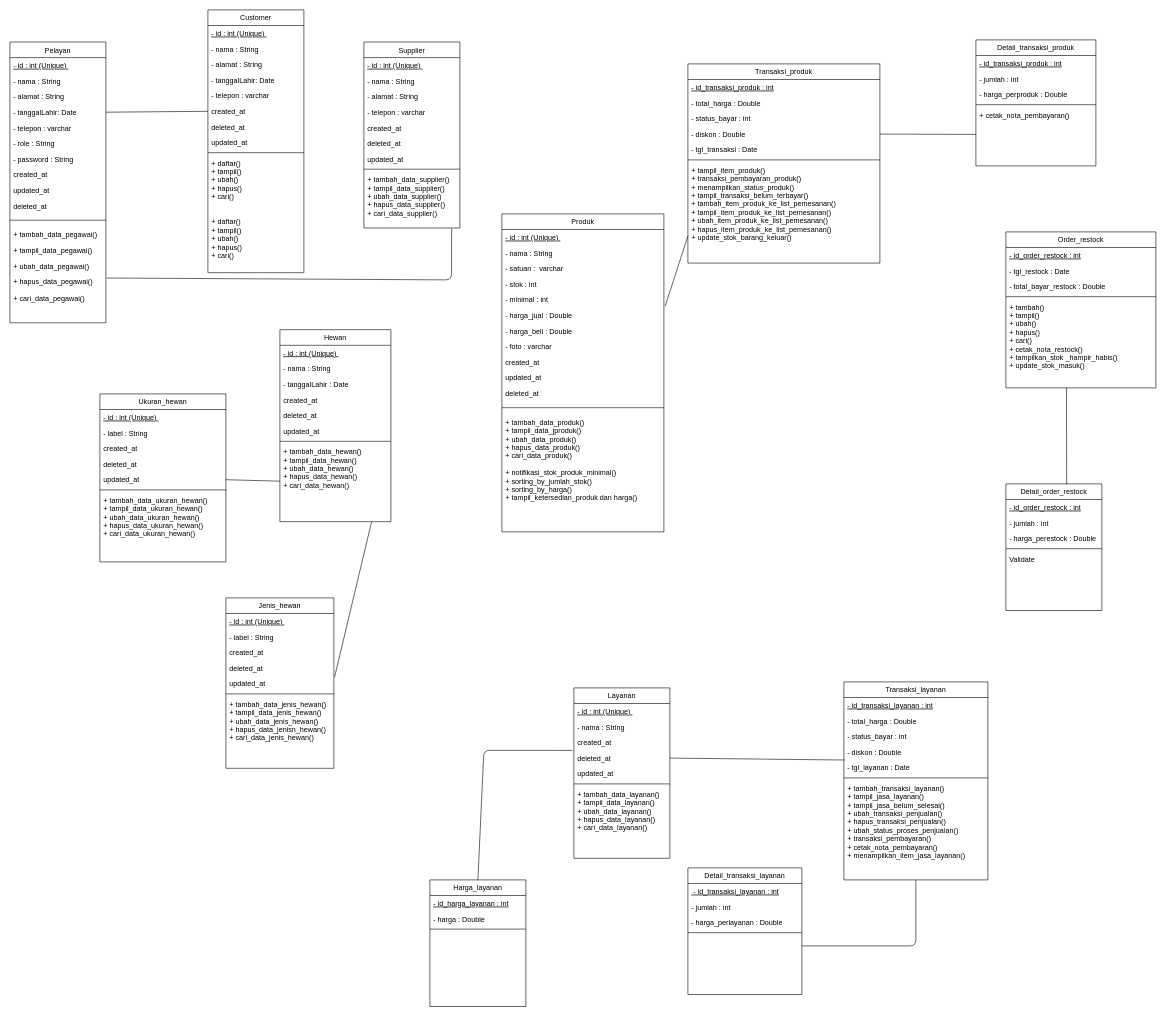
The draw.io diagram class diagram p3l.drawio in agambewe/classDP3L, before the edit. Source tidied: cells renumbered, new cells numbered last; positions are measured from the earlier drawing's top-left corner, leaving out a move shared by most shapes. Both pictures are drawn from the tidied source at 60%, with x=0, y=0 at pixel (10, 10).
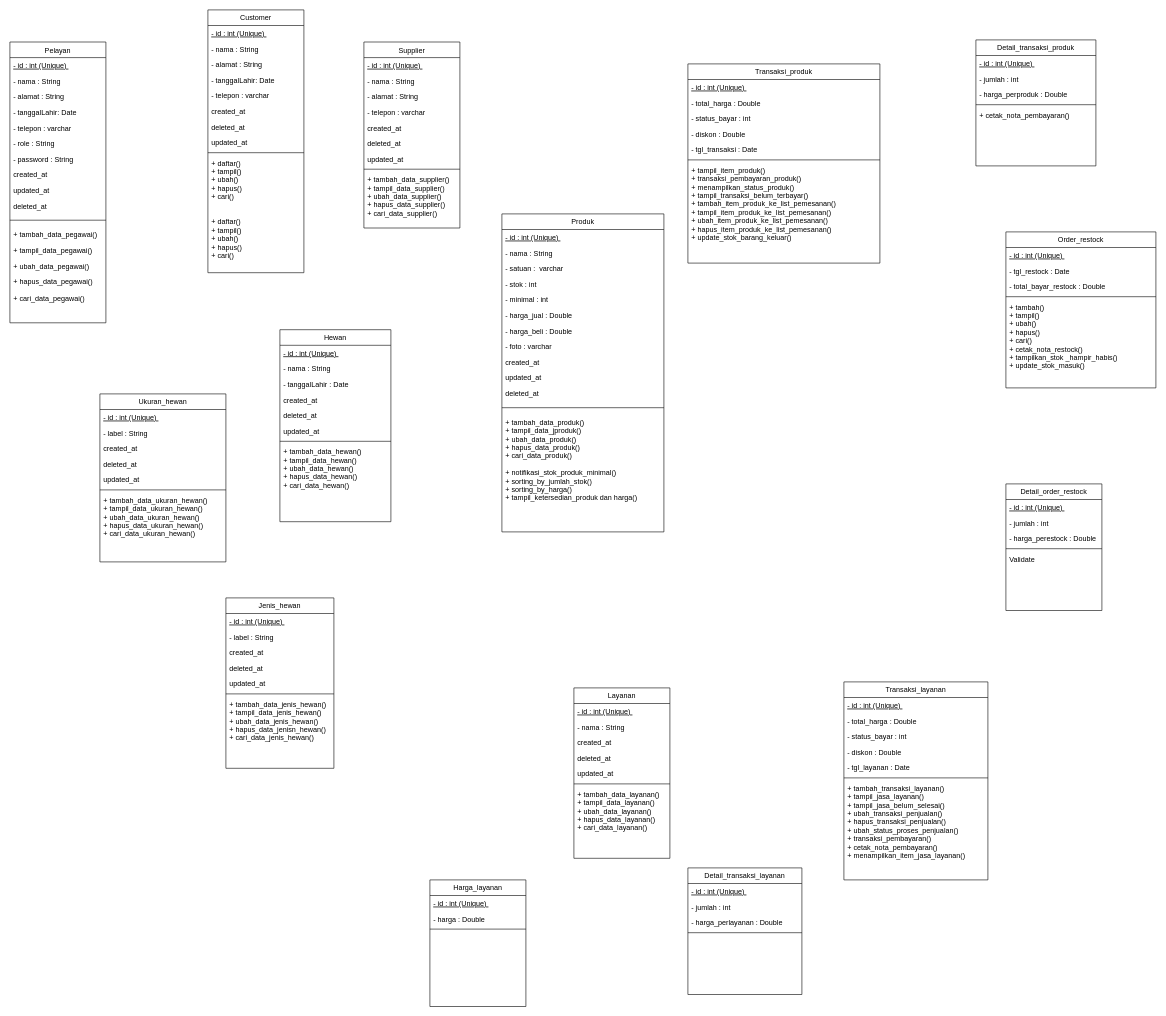
The same page after the edit.

The change refers to these unchanged cells:
```xml
<mxCell id="6" value="- tanggalLahir: Date" style="text;align=left;verticalAlign=top;spacingLeft=4;spacingRight=4;overflow=hidden;points=[[0,0.5],[1,0.5]];portConstraint=eastwest;rounded=0;shadow=0;html=0;" parent="2" vertex="1">
  <mxGeometry y="104" width="160" height="26" as="geometry" />
</mxCell>
<mxCell id="17" value="+ hapus_data_pegawai()&#10;&#10;+ cari_data_pegawai()&#10;&#10;" style="text;align=left;verticalAlign=top;spacingLeft=4;spacingRight=4;overflow=hidden;points=[[0,0.5],[1,0.5]];portConstraint=eastwest;" parent="2" vertex="1">
  <mxGeometry y="386" width="160" height="64" as="geometry" />
</mxCell>
<mxCell id="24" value="created_at" style="text;align=left;verticalAlign=top;spacingLeft=4;spacingRight=4;overflow=hidden;points=[[0,0.5],[1,0.5]];portConstraint=eastwest;rounded=0;shadow=0;html=0;" parent="18" vertex="1">
  <mxGeometry y="156" width="160" height="26" as="geometry" />
</mxCell>
<mxCell id="39" value="+ tambah_data_supplier()&#10;+ tampil_data_supplier()&#10;+ ubah_data_supplier()&#10;+ hapus_data_supplier()&#10;+ cari_data_supplier()" style="text;align=left;verticalAlign=top;spacingLeft=4;spacingRight=4;overflow=hidden;points=[[0,0.5],[1,0.5]];portConstraint=eastwest;" parent="30" vertex="1">
  <mxGeometry y="216" width="160" height="94" as="geometry" />
</mxCell>
<mxCell id="40" value="Transaksi_layanan" style="swimlane;fontStyle=0;align=center;verticalAlign=top;horizontal=1;startSize=26;rounded=0;shadow=0;strokeWidth=1;" parent="1" vertex="1">
  <mxGeometry x="1390" y="1120" width="240" height="330" as="geometry" />
</mxCell>
<mxCell id="45" value="- tgl_layanan : Date" style="text;align=left;verticalAlign=top;spacingLeft=4;spacingRight=4;overflow=hidden;points=[[0,0.5],[1,0.5]];portConstraint=eastwest;rounded=0;shadow=0;html=0;" parent="40" vertex="1">
  <mxGeometry y="130" width="240" height="26" as="geometry" />
</mxCell>
<mxCell id="48" value="Detail_transaksi_produk" style="swimlane;fontStyle=0;align=center;verticalAlign=top;horizontal=1;startSize=26;rounded=0;shadow=0;strokeWidth=1;" parent="1" vertex="1">
  <mxGeometry x="1610" y="50" width="200" height="210" as="geometry" />
</mxCell>
<mxCell id="54" value="Order_restock" style="swimlane;fontStyle=0;align=center;verticalAlign=top;horizontal=1;startSize=26;rounded=0;shadow=0;strokeWidth=1;" parent="1" vertex="1">
  <mxGeometry x="1660" y="370" width="250" height="260" as="geometry" />
</mxCell>
<mxCell id="59" value="+ tambah()&#10;+ tampil()&#10;+ ubah()&#10;+ hapus()&#10;+ cari()&#10;+ cetak_nota_restock()&#10;+ tampilkan_stok _hampir_habis()&#10;+ update_stok_masuk()&#10;" style="text;align=left;verticalAlign=top;spacingLeft=4;spacingRight=4;overflow=hidden;points=[[0,0.5],[1,0.5]];portConstraint=eastwest;" parent="54" vertex="1">
  <mxGeometry y="112" width="250" height="138" as="geometry" />
</mxCell>
<mxCell id="60" value="Detail_order_restock" style="swimlane;fontStyle=0;align=center;verticalAlign=top;horizontal=1;startSize=26;rounded=0;shadow=0;strokeWidth=1;" parent="1" vertex="1">
  <mxGeometry x="1660" y="790" width="160" height="211" as="geometry" />
</mxCell>
<mxCell id="71" value="- minimal : int" style="text;align=left;verticalAlign=top;spacingLeft=4;spacingRight=4;overflow=hidden;points=[[0,0.5],[1,0.5]];portConstraint=eastwest;rounded=0;shadow=0;html=0;" parent="66" vertex="1">
  <mxGeometry y="130" width="270" height="26" as="geometry" />
</mxCell>
<mxCell id="85" value="updated_at" style="text;align=left;verticalAlign=top;spacingLeft=4;spacingRight=4;overflow=hidden;points=[[0,0.5],[1,0.5]];portConstraint=eastwest;rounded=0;shadow=0;html=0;" parent="80" vertex="1">
  <mxGeometry y="130" width="180" height="26" as="geometry" />
</mxCell>
<mxCell id="96" value="+ tambah_data_hewan()&#10;+ tampil_data_hewan()&#10;+ ubah_data_hewan()&#10;+ hapus_data_hewan()&#10;+ cari_data_hewan()" style="text;align=left;verticalAlign=top;spacingLeft=4;spacingRight=4;overflow=hidden;points=[[0,0.5],[1,0.5]];portConstraint=eastwest;" parent="88" vertex="1">
  <mxGeometry y="190" width="185" height="130" as="geometry" />
</mxCell>
<mxCell id="102" value="updated_at" style="text;align=left;verticalAlign=top;spacingLeft=4;spacingRight=4;overflow=hidden;points=[[0,0.5],[1,0.5]];portConstraint=eastwest;rounded=0;shadow=0;html=0;" parent="97" vertex="1">
  <mxGeometry y="130" width="210" height="26" as="geometry" />
</mxCell>
<mxCell id="109" value="deleted_at" style="text;align=left;verticalAlign=top;spacingLeft=4;spacingRight=4;overflow=hidden;points=[[0,0.5],[1,0.5]];portConstraint=eastwest;rounded=0;shadow=0;html=0;" parent="105" vertex="1">
  <mxGeometry y="104" width="160" height="26" as="geometry" />
</mxCell>
<mxCell id="113" value="Harga_layanan" style="swimlane;fontStyle=0;align=center;verticalAlign=top;horizontal=1;startSize=26;rounded=0;shadow=0;strokeWidth=1;" parent="1" vertex="1">
  <mxGeometry x="700" y="1450" width="160" height="211" as="geometry" />
</mxCell>
<mxCell id="117" value="Detail_transaksi_layanan" style="swimlane;fontStyle=0;align=center;verticalAlign=top;horizontal=1;startSize=26;rounded=0;shadow=0;strokeWidth=1;" parent="1" vertex="1">
  <mxGeometry x="1130" y="1430" width="190" height="211" as="geometry" />
</mxCell>
<mxCell id="122" value="Transaksi_produk" style="swimlane;fontStyle=0;align=center;verticalAlign=top;horizontal=1;startSize=26;rounded=0;shadow=0;strokeWidth=1;" parent="1" vertex="1">
  <mxGeometry x="1130" y="90" width="320" height="332" as="geometry" />
</mxCell>
<mxCell id="126" value="- diskon : Double" style="text;align=left;verticalAlign=top;spacingLeft=4;spacingRight=4;overflow=hidden;points=[[0,0.5],[1,0.5]];portConstraint=eastwest;rounded=0;shadow=0;html=0;" parent="122" vertex="1">
  <mxGeometry y="104" width="320" height="26" as="geometry" />
</mxCell>
<mxCell id="129" value="+ tampil_item_produk()&#10;+ transaksi_pembayaran_produk()&#10;+ menampilkan_status_produk()&#10;+ tampil_transaksi_belum_terbayar()&#10;+ tambah_item_produk_ke_list_pemesanan()&#10;+ tampil_item_produk_ke_list_pemesanan()&#10;+ ubah_item_produk_ke_list_pemesanan()&#10;+ hapus_item_produk_ke_list_pemesanan()&#10;+ update_stok_barang_keluar()&#10;" style="text;align=left;verticalAlign=top;spacingLeft=4;spacingRight=4;overflow=hidden;points=[[0,0.5],[1,0.5]];portConstraint=eastwest;" parent="122" vertex="1">
  <mxGeometry y="164" width="320" height="146" as="geometry" />
</mxCell>
```

Diff of the diagram source:
```diff
@@
-    <mxCell id="41" value="- id_transaksi_layanan : int" style="text;align=left;verticalAlign=top;spacingLeft=4;spacingRight=4;overflow=hidden;fontStyle=4;" parent="40" vertex="1">
+    <mxCell id="41" value="- id : int (Unique) " style="text;align=left;verticalAlign=top;spacingLeft=4;spacingRight=4;overflow=hidden;fontStyle=4;" parent="40" vertex="1">
       <mxGeometry y="26" width="240" height="26" as="geometry" />
     </mxCell>
@@
-    <mxCell id="49" value="- id_transaksi_produk : int" style="text;align=left;verticalAlign=top;spacingLeft=4;spacingRight=4;overflow=hidden;fontStyle=4;" parent="48" vertex="1">
+    <mxCell id="49" value="- id : int (Unique) " style="text;align=left;verticalAlign=top;spacingLeft=4;spacingRight=4;overflow=hidden;fontStyle=4;" parent="48" vertex="1">
       <mxGeometry y="26" width="200" height="26" as="geometry" />
     </mxCell>
@@
-    <mxCell id="55" value="- id_order_restock : int" style="text;align=left;verticalAlign=top;spacingLeft=4;spacingRight=4;overflow=hidden;fontStyle=4;" parent="54" vertex="1">
+    <mxCell id="55" value="- id : int (Unique) " style="text;align=left;verticalAlign=top;spacingLeft=4;spacingRight=4;overflow=hidden;fontStyle=4;" parent="54" vertex="1">
       <mxGeometry y="26" width="250" height="26" as="geometry" />
     </mxCell>
@@
-    <mxCell id="61" value="- id_order_restock : int" style="text;align=left;verticalAlign=top;spacingLeft=4;spacingRight=4;overflow=hidden;fontStyle=4;" parent="60" vertex="1">
+    <mxCell id="61" value="- id : int (Unique) " style="text;align=left;verticalAlign=top;spacingLeft=4;spacingRight=4;overflow=hidden;fontStyle=4;" parent="60" vertex="1">
       <mxGeometry y="26" width="160" height="26" as="geometry" />
     </mxCell>
@@
-    <mxCell id="114" value="- id_harga_layanan : int" style="text;align=left;verticalAlign=top;spacingLeft=4;spacingRight=4;overflow=hidden;fontStyle=4;" parent="113" vertex="1">
+    <mxCell id="114" value="- id : int (Unique) " style="text;align=left;verticalAlign=top;spacingLeft=4;spacingRight=4;overflow=hidden;fontStyle=4;" parent="113" vertex="1">
       <mxGeometry y="26" width="160" height="26" as="geometry" />
     </mxCell>
@@
-    <mxCell id="118" value=" - id_transaksi_layanan : int" style="text;align=left;verticalAlign=top;spacingLeft=4;spacingRight=4;overflow=hidden;fontStyle=4;" parent="117" vertex="1">
+    <mxCell id="118" value="- id : int (Unique) " style="text;align=left;verticalAlign=top;spacingLeft=4;spacingRight=4;overflow=hidden;fontStyle=4;" parent="117" vertex="1">
       <mxGeometry y="26" width="190" height="26" as="geometry" />
     </mxCell>
@@
-    <mxCell id="123" value="- id_transaksi_produk : int" style="text;align=left;verticalAlign=top;spacingLeft=4;spacingRight=4;overflow=hidden;fontStyle=4;" parent="122" vertex="1">
+    <mxCell id="123" value="- id : int (Unique) " style="text;align=left;verticalAlign=top;spacingLeft=4;spacingRight=4;overflow=hidden;fontStyle=4;" parent="122" vertex="1">
       <mxGeometry y="26" width="320" height="26" as="geometry" />
     </mxCell>
@@
-    <mxCell id="130" style="endArrow=none;html=1;exitX=1.006;exitY=0.083;exitDx=0;exitDy=0;exitPerimeter=0;entryX=0.826;entryY=1.001;entryDx=0;entryDy=0;entryPerimeter=0;" parent="1" edge="1" source="85" target="96">
-      <mxGeometry relative="1" as="geometry" />
-    </mxCell>
-    <mxCell id="131" style="endArrow=none;html=1;entryX=1;entryY=0.5;entryDx=0;entryDy=0;" parent="1" edge="1" source="96" target="102">
-      <mxGeometry relative="1" as="geometry" />
-    </mxCell>
-    <mxCell id="132" style="endArrow=none;html=1;exitX=1.008;exitY=0.115;exitDx=0;exitDy=0;exitPerimeter=0;entryX=0.914;entryY=1.013;entryDx=0;entryDy=0;entryPerimeter=0;" parent="1" edge="1" source="17" target="39">
-      <mxGeometry relative="1" as="geometry">
-        <Array as="points">
-          <mxPoint x="736" y="450" />
-        </Array>
-      </mxGeometry>
-    </mxCell>
-    <mxCell id="133" style="endArrow=none;html=1;entryX=0;entryY=0.5;entryDx=0;entryDy=0;exitX=1;exitY=0.5;exitDx=0;exitDy=0;" parent="1" edge="1" source="6" target="24">
-      <mxGeometry relative="1" as="geometry" />
-    </mxCell>
-    <mxCell id="134" style="endArrow=none;html=1;exitX=1.008;exitY=0.908;exitDx=0;exitDy=0;exitPerimeter=0;entryX=0;entryY=0.841;entryDx=0;entryDy=0;entryPerimeter=0;" parent="1" edge="1" source="71" target="129">
-      <mxGeometry relative="1" as="geometry" />
-    </mxCell>
-    <mxCell id="135" style="endArrow=none;html=1;exitX=1;exitY=0.5;exitDx=0;exitDy=0;entryX=0;entryY=0.75;entryDx=0;entryDy=0;" parent="1" edge="1" source="126" target="48">
-      <mxGeometry relative="1" as="geometry" />
-    </mxCell>
-    <mxCell id="136" style="endArrow=none;html=1;exitX=0.633;exitY=0.002;exitDx=0;exitDy=0;exitPerimeter=0;entryX=0.404;entryY=1.072;entryDx=0;entryDy=0;entryPerimeter=0;" parent="1" edge="1" source="60" target="59">
-      <mxGeometry relative="1" as="geometry" />
-    </mxCell>
-    <mxCell id="137" style="endArrow=none;html=1;exitX=0.5;exitY=0;exitDx=0;exitDy=0;entryX=-0.015;entryY=0.007;entryDx=0;entryDy=0;entryPerimeter=0;" parent="1" edge="1" source="113" target="109">
-      <mxGeometry relative="1" as="geometry">
-        <Array as="points">
-          <mxPoint x="790" y="1234" />
-        </Array>
-      </mxGeometry>
-    </mxCell>
-    <mxCell id="138" style="endArrow=none;html=1;exitX=1;exitY=0.5;exitDx=0;exitDy=0;entryX=0.006;entryY=0.007;entryDx=0;entryDy=0;entryPerimeter=0;" parent="1" edge="1" source="109" target="45">
-      <mxGeometry relative="1" as="geometry" />
-    </mxCell>
-    <mxCell id="139" style="endArrow=none;html=1;entryX=0.5;entryY=1;entryDx=0;entryDy=0;" parent="1" edge="1" target="40">
-      <mxGeometry relative="1" as="geometry">
-        <mxPoint x="1320" y="1560" as="sourcePoint" />
-        <Array as="points">
-          <mxPoint x="1510" y="1560" />
-        </Array>
-      </mxGeometry>
-    </mxCell>
```
